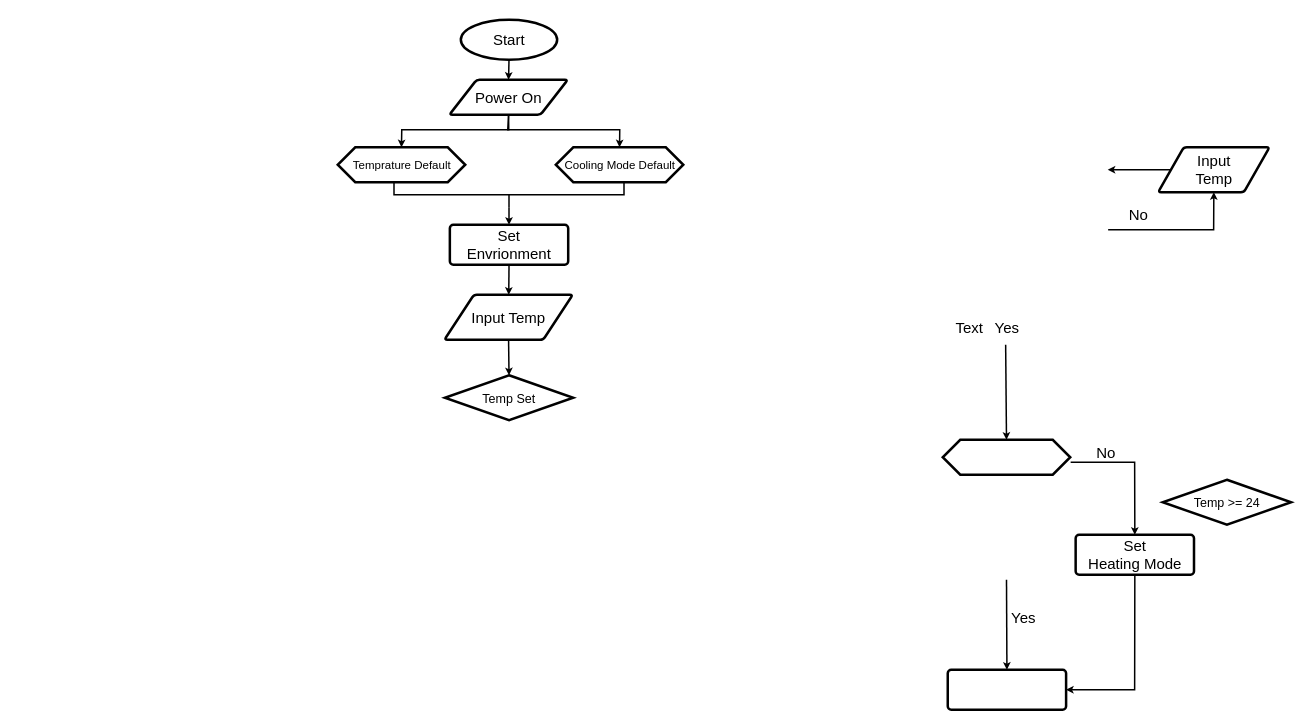
Sun-Rang/AI_- keeps this draw.io diagram as 홈키팜_02.drawio. Above is the earlier version. Source tidied: cells renumbered, new cells numbered last; positions are measured from the earlier drawing's top-left corner, leaving out a move shared by most shapes. Both pictures are drawn from the tidied source at 50%, with x=0, y=0 at pixel (338, 20).
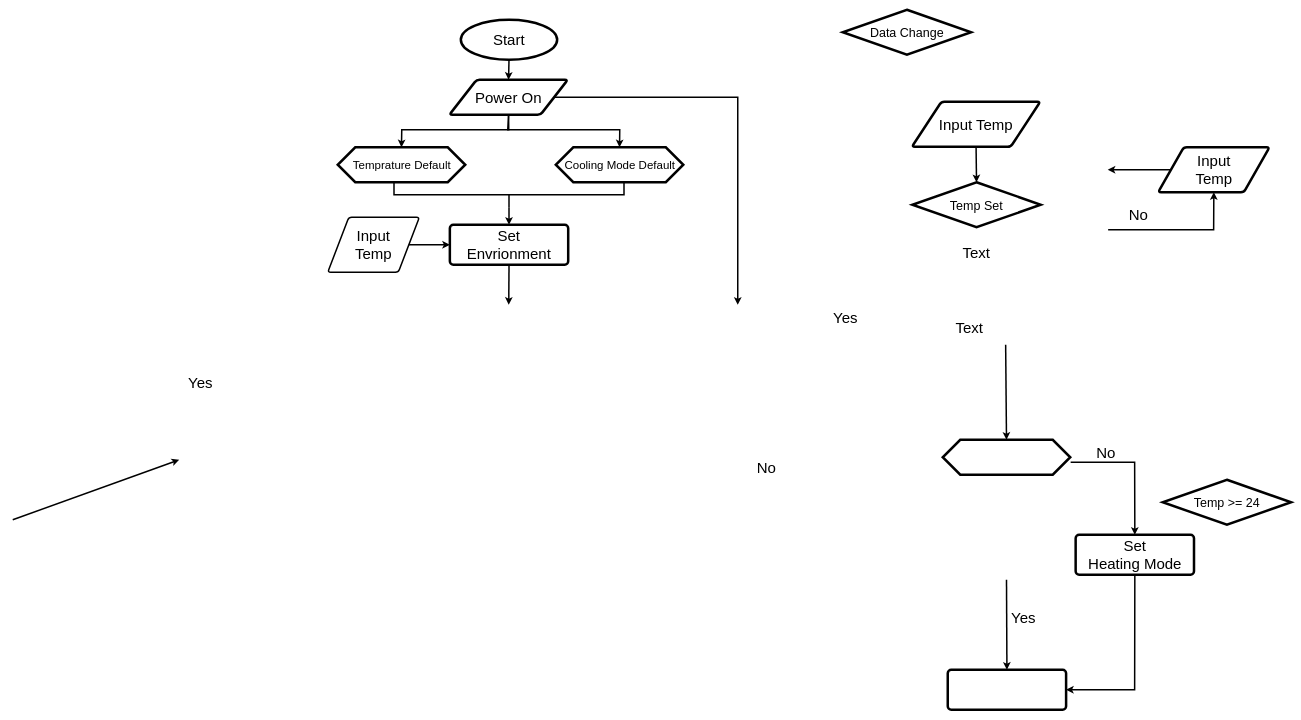
The same page after the edit.

Commit message (it also covers changes not shown here):
홈키팜_02.drawio 업데이트

The change refers to these unchanged cells:
```xml
<mxCell id="6" value="Power On" style="shape=parallelogram;html=1;strokeWidth=5;perimeter=parallelogramPerimeter;whiteSpace=wrap;rounded=1;arcSize=12;size=0.23;strokeColor=default;fontFamily=Helvetica;fontSize=30;fontColor=default;fillColor=default;" parent="1" vertex="1">
  <mxGeometry x="223.3" y="120" width="236.7" height="70" as="geometry" />
</mxCell>
<mxCell id="17" value="Set&lt;br&gt;Envrionment" style="rounded=1;whiteSpace=wrap;html=1;absoluteArcSize=1;arcSize=14;strokeWidth=5;strokeColor=default;fontFamily=Helvetica;fontSize=30;fontColor=default;fillColor=default;" parent="1" vertex="1">
  <mxGeometry x="224.2" y="410" width="236.7" height="80" as="geometry" />
</mxCell>
```

Change to the diagram source:
```diff
@@
     <mxCell id="12" value="Yes" style="text;html=1;align=center;verticalAlign=middle;strokeColor=none;fillColor=none;fontSize=30;fontFamily=Helvetica;fontColor=default;" parent="1" vertex="1">
-      <mxGeometry x="1303.3" y="590" width="70" height="50" as="geometry" />
+      <mxGeometry x="980" y="570" width="70" height="50" as="geometry" />
     </mxCell>
@@
     <mxCell id="28" value="Temp Set" style="strokeWidth=5;html=1;shape=mxgraph.flowchart.decision;whiteSpace=wrap;strokeColor=default;fontFamily=Helvetica;fontSize=25;fontColor=default;fillColor=default;" parent="1" vertex="1">
-      <mxGeometry x="214.2" y="711" width="256.7" height="90" as="geometry" />
+      <mxGeometry x="1149.2" y="325" width="256.7" height="90" as="geometry" />
     </mxCell>
@@
     <mxCell id="31" style="endArrow=classic;html=1;rounded=0;fontFamily=Helvetica;fontSize=30;fontColor=default;strokeWidth=3;exitX=0.5;exitY=1;exitDx=0;exitDy=0;" parent="1" edge="1" source="17">
       <mxGeometry relative="1" as="geometry">
-        <mxPoint x="342" y="550" as="targetPoint" />
+        <mxPoint x="342" y="570" as="targetPoint" />
       </mxGeometry>
     </mxCell>
     <mxCell id="32" value="Input Temp" style="shape=parallelogram;html=1;strokeWidth=5;perimeter=parallelogramPerimeter;whiteSpace=wrap;rounded=1;arcSize=12;size=0.23;strokeColor=default;fontFamily=Helvetica;fontSize=30;fontColor=default;fillColor=default;" parent="1" vertex="1">
-      <mxGeometry x="213.3" y="550" width="256.7" height="90" as="geometry" />
+      <mxGeometry x="1148.3" y="164" width="256.7" height="90" as="geometry" />
     </mxCell>
@@
+    <mxCell id="34" value="Data Change" style="strokeWidth=5;html=1;shape=mxgraph.flowchart.decision;whiteSpace=wrap;strokeColor=default;fontFamily=Helvetica;fontSize=25;fontColor=default;fillColor=default;" parent="1" vertex="1">
+      <mxGeometry x="1010" y="-20" width="256.7" height="90" as="geometry" />
+    </mxCell>
+    <mxCell id="35" style="endArrow=classic;html=1;rounded=0;fontFamily=Helvetica;fontSize=30;fontColor=default;strokeWidth=3;" parent="1" edge="1">
+      <mxGeometry relative="1" as="geometry">
+        <mxPoint x="-650" y="1000" as="sourcePoint" />
+        <mxPoint x="-317" y="880" as="targetPoint" />
+      </mxGeometry>
+    </mxCell>
+    <mxCell id="36" value="Yes" style="text;html=1;align=center;verticalAlign=middle;strokeColor=none;fillColor=none;fontSize=30;fontFamily=Helvetica;fontColor=default;" parent="1" vertex="1">
+      <mxGeometry x="-310" y="700" width="70" height="50" as="geometry" />
+    </mxCell>
+    <mxCell id="37" value="No" style="text;html=1;align=center;verticalAlign=middle;strokeColor=none;fillColor=none;fontSize=30;fontFamily=Helvetica;fontColor=default;" parent="1" vertex="1">
+      <mxGeometry x="826.7" y="870" width="60" height="50" as="geometry" />
+    </mxCell>
+    <mxCell id="38" value="Input&lt;br&gt;Temp" style="shape=parallelogram;html=1;strokeWidth=3;perimeter=parallelogramPerimeter;whiteSpace=wrap;rounded=1;arcSize=12;size=0.23;strokeColor=default;fontFamily=Helvetica;fontSize=30;fontColor=default;fillColor=default;" parent="1" vertex="1">
+      <mxGeometry x="-20" y="395" width="183.3" height="110" as="geometry" />
+    </mxCell>
+    <mxCell id="39" style="endArrow=classic;html=1;rounded=0;fontFamily=Helvetica;fontSize=30;fontColor=default;exitX=1;exitY=0.5;exitDx=0;exitDy=0;entryX=0;entryY=0.5;entryDx=0;entryDy=0;strokeWidth=3;" parent="1" edge="1" source="38" target="17">
+      <mxGeometry relative="1" as="geometry" />
+    </mxCell>
+    <mxCell id="40" style="endArrow=classic;html=1;rounded=0;fontFamily=Helvetica;fontSize=30;fontColor=default;strokeWidth=3;exitX=1;exitY=0.5;exitDx=0;exitDy=0;" parent="1" edge="1" source="6">
+      <mxGeometry relative="1" as="geometry">
+        <mxPoint x="800" y="570" as="targetPoint" />
+        <Array as="points">
+          <mxPoint x="800" y="155" />
+        </Array>
+      </mxGeometry>
+    </mxCell>
+    <mxCell id="41" value="Text" style="text;html=1;align=center;verticalAlign=middle;strokeColor=none;fillColor=none;fontSize=30;fontFamily=Helvetica;fontColor=default;" parent="1" vertex="1">
+      <mxGeometry x="1236.7" y="440" width="80" height="50" as="geometry" />
+    </mxCell>
```
